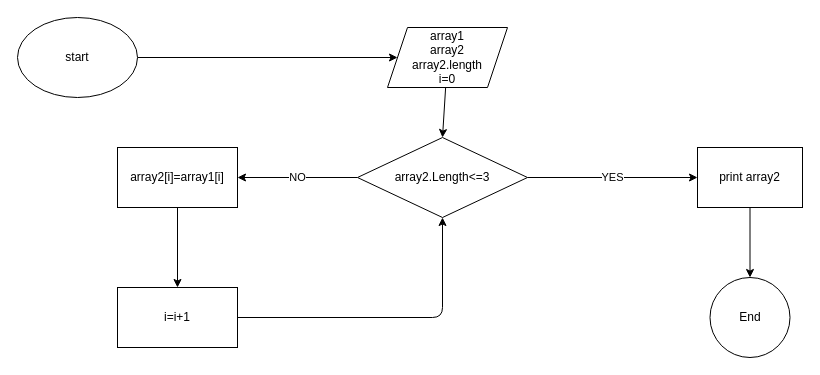
Earlier version of the draw.io diagram task.drawio (Kubik103/FinalWork). Source tidied: cells renumbered, new cells numbered last; positions are measured from the earlier drawing's top-left corner, leaving out a move shared by most shapes. Both pictures are drawn from the tidied source at 100%, with x=0, y=0 at pixel (17, 17).
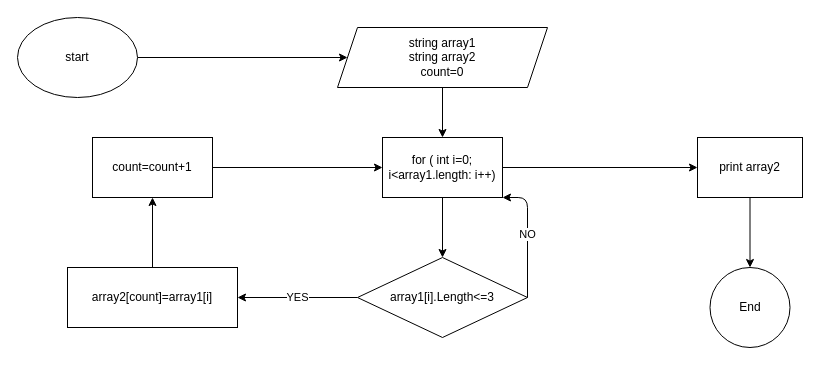
Above is the later version.

Change to the diagram source:
```diff
@@
-    <mxCell id="4" style="edgeStyle=none;html=1;entryX=0.5;entryY=0;entryDx=0;entryDy=0;" parent="1" edge="1" source="5" target="8">
-      <mxGeometry relative="1" as="geometry" />
-    </mxCell>
+    <mxCell id="16" style="edgeStyle=none;html=1;entryX=0.5;entryY=0;entryDx=0;entryDy=0;" parent="1" edge="1" source="5" target="20">
+      <mxGeometry relative="1" as="geometry" />
+    </mxCell>
-    <mxCell id="5" value="array1&lt;br&gt;array2&lt;br&gt;array2.length&lt;br&gt;i=0" style="shape=parallelogram;perimeter=parallelogramPerimeter;whiteSpace=wrap;html=1;fixedSize=1;" parent="1" vertex="1">
-      <mxGeometry x="370" y="10" width="120" height="60" as="geometry" />
+    <mxCell id="5" value="string array1&lt;br&gt;string array2&lt;br&gt;count=0" style="shape=parallelogram;perimeter=parallelogramPerimeter;whiteSpace=wrap;html=1;fixedSize=1;" parent="1" vertex="1">
+      <mxGeometry x="320" y="10" width="210" height="60" as="geometry" />
     </mxCell>
+    <mxCell id="7" value="YES" style="edgeStyle=none;html=1;exitX=0;exitY=0.5;exitDx=0;exitDy=0;entryX=1;entryY=0.5;entryDx=0;entryDy=0;" parent="1" edge="1" source="8" target="10">
+      <mxGeometry relative="1" as="geometry" />
+    </mxCell>
-    <mxCell id="6" value="NO" style="edgeStyle=none;html=1;" parent="1" edge="1" source="8" target="10">
-      <mxGeometry relative="1" as="geometry" />
+    <mxCell id="6" value="NO" style="edgeStyle=none;html=1;entryX=1;entryY=1;entryDx=0;entryDy=0;exitX=1;exitY=0.5;exitDx=0;exitDy=0;" parent="1" edge="1" source="8" target="20">
+      <mxGeometry relative="1" as="geometry">
+        <Array as="points">
+          <mxPoint x="510" y="180" />
+        </Array>
+      </mxGeometry>
     </mxCell>
-    <mxCell id="7" value="YES" style="edgeStyle=none;html=1;" parent="1" edge="1" source="8" target="12">
-      <mxGeometry relative="1" as="geometry" />
-    </mxCell>
-    <mxCell id="8" value="array2.Length&amp;lt;=3" style="rhombus;whiteSpace=wrap;html=1;" parent="1" vertex="1">
-      <mxGeometry x="340" y="120" width="170" height="80" as="geometry" />
+    <mxCell id="8" value="array1[i].Length&amp;lt;=3" style="rhombus;whiteSpace=wrap;html=1;" parent="1" vertex="1">
+      <mxGeometry x="340" y="240" width="170" height="80" as="geometry" />
     </mxCell>
@@
-    <mxCell id="10" value="array2[i]=array1[i]" style="whiteSpace=wrap;html=1;" parent="1" vertex="1">
-      <mxGeometry x="100" y="130" width="120" height="60" as="geometry" />
+    <mxCell id="10" value="array2[count]=array1[i]" style="whiteSpace=wrap;html=1;" parent="1" vertex="1">
+      <mxGeometry x="50" y="250" width="170" height="60" as="geometry" />
     </mxCell>
@@
     <mxCell id="12" value="print array2" style="whiteSpace=wrap;html=1;" parent="1" vertex="1">
-      <mxGeometry x="680" y="130" width="105" height="60" as="geometry" />
+      <mxGeometry x="680" y="120" width="105" height="60" as="geometry" />
     </mxCell>
     <mxCell id="13" value="End" style="ellipse;whiteSpace=wrap;html=1;" parent="1" vertex="1">
-      <mxGeometry x="692.5" y="260" width="80" height="80" as="geometry" />
+      <mxGeometry x="692.5" y="250" width="80" height="80" as="geometry" />
     </mxCell>
-    <mxCell id="14" style="edgeStyle=none;html=1;entryX=0.5;entryY=1;entryDx=0;entryDy=0;" parent="1" edge="1" source="15" target="8">
-      <mxGeometry relative="1" as="geometry">
-        <Array as="points">
-          <mxPoint x="425" y="300" />
-        </Array>
-      </mxGeometry>
-    </mxCell>
+    <mxCell id="17" style="edgeStyle=none;html=1;entryX=0;entryY=0.5;entryDx=0;entryDy=0;" parent="1" edge="1" source="15" target="20">
+      <mxGeometry relative="1" as="geometry" />
+    </mxCell>
-    <mxCell id="15" value="i=i+1" style="whiteSpace=wrap;html=1;" parent="1" vertex="1">
-      <mxGeometry x="100" y="270" width="120" height="60" as="geometry" />
+    <mxCell id="15" value="count=count+1" style="whiteSpace=wrap;html=1;" parent="1" vertex="1">
+      <mxGeometry x="75" y="120" width="120" height="60" as="geometry" />
     </mxCell>
+    <mxCell id="18" style="edgeStyle=none;html=1;entryX=0.5;entryY=0;entryDx=0;entryDy=0;" parent="1" edge="1" source="20" target="8">
+      <mxGeometry relative="1" as="geometry" />
+    </mxCell>
+    <mxCell id="19" style="edgeStyle=none;html=1;entryX=0;entryY=0.5;entryDx=0;entryDy=0;" parent="1" edge="1" source="20" target="12">
+      <mxGeometry relative="1" as="geometry" />
+    </mxCell>
+    <mxCell id="20" value="for ( int i=0; i&amp;lt;array1.length: i++)" style="rounded=0;whiteSpace=wrap;html=1;" parent="1" vertex="1">
+      <mxGeometry x="365" y="120" width="120" height="60" as="geometry" />
+    </mxCell>
```
